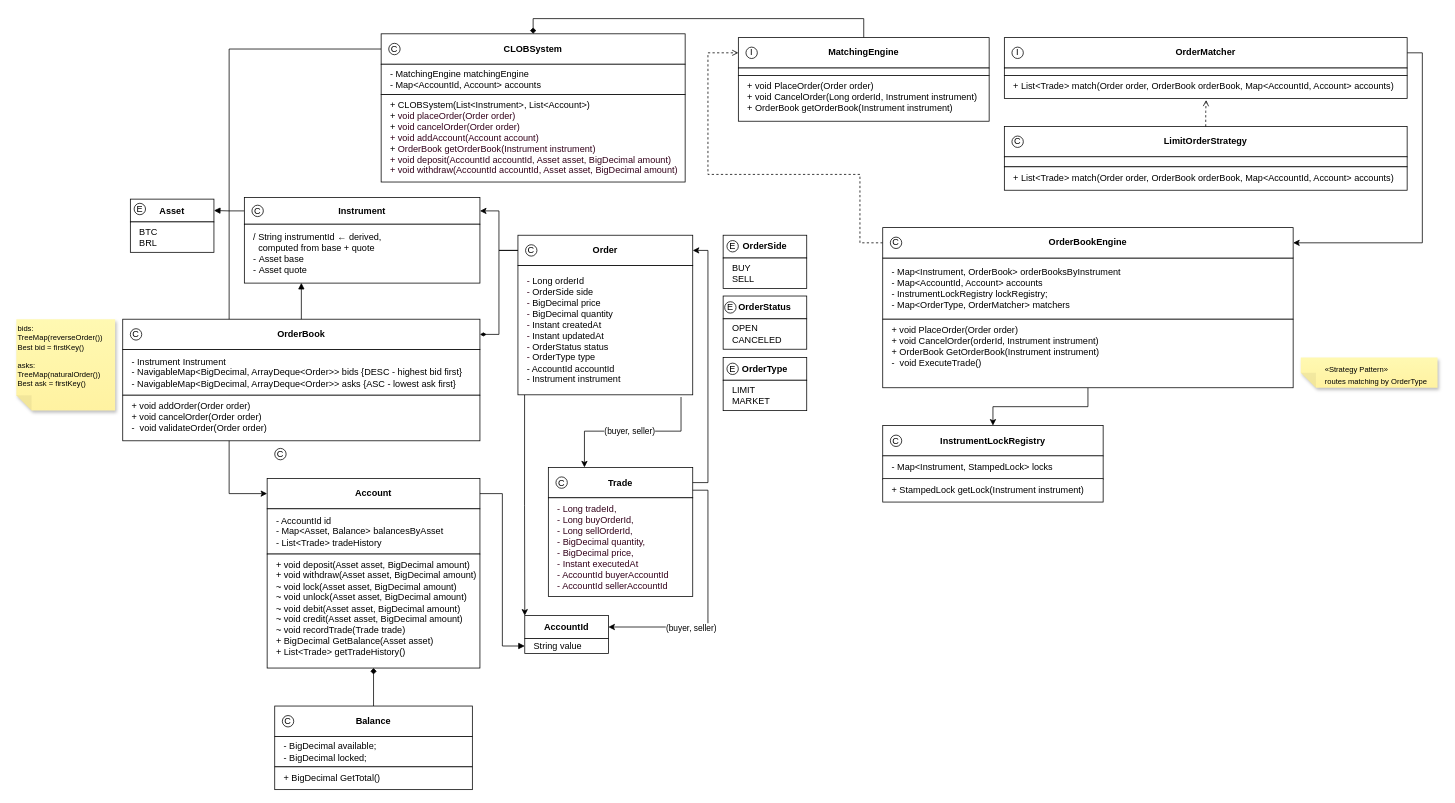
This is clob-system/docs/object-design.v.0.0.1.drawio from marciopaulosoares/CLOBSystem, a draw.io file, before an edit. Source tidied: cells renumbered, new cells numbered last; positions are measured from the earlier drawing's top-left corner, leaving out a move shared by most shapes. Both pictures are drawn from the tidied source at 76%, with x=0, y=0 at pixel (16, 33).
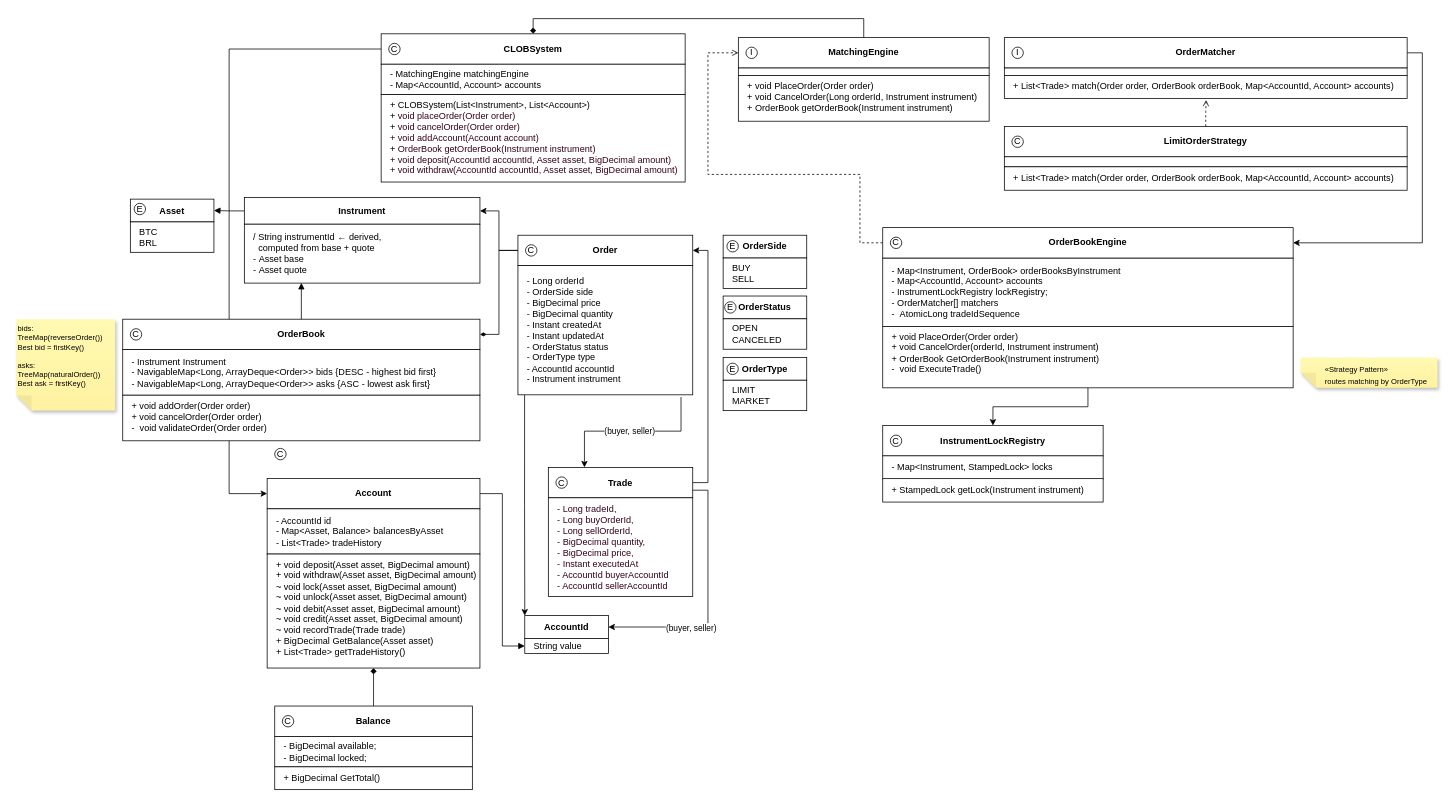
After the change.

Unchanged cells that the change refers to:
```xml
<mxCell id="26" style="group;" parent="1" vertex="1">
  <mxGeometry y="375.5" width="610" height="160" as="geometry" />
</mxCell>
<mxCell id="66" style="group;" parent="1" vertex="1">
  <mxGeometry x="1140" y="255" width="540" height="210.8" as="geometry" />
</mxCell>
```

What changed in the source:
```diff
@@
-    <mxCell id="28" value="&lt;span class=&quot;ͼe&quot;&gt;- Instrument Instrument&lt;br&gt;-&amp;nbsp;NavigableMap&amp;lt;BigDecimal, ArrayDeque&amp;lt;Order&amp;gt;&amp;gt; bids  {DESC - highest bid first}&lt;br&gt;&lt;/span&gt;&lt;div&gt;&lt;span style=&quot;background-color: transparent; color: light-dark(rgb(0, 0, 0), rgb(255, 255, 255));&quot;&gt;-&lt;/span&gt;&lt;span style=&quot;background-color: transparent; color: light-dark(rgb(0, 0, 0), rgb(255, 255, 255));&quot;&gt;&amp;nbsp;&lt;/span&gt;NavigableMap&amp;lt;BigDecimal, ArrayDeque&amp;lt;Order&amp;gt;&amp;gt; asks  {ASC - lowest ask first}&lt;/div&gt;" style="rounded=0;whiteSpace=wrap;html=1;align=left;spacingLeft=10;" parent="26" vertex="1">
+    <mxCell id="28" value="&lt;span class=&quot;ͼe&quot;&gt;- Instrument Instrument&lt;br&gt;-&amp;nbsp;NavigableMap&amp;lt;Long, ArrayDeque&amp;lt;Order&amp;gt;&amp;gt; bids  {DESC - highest bid first}&lt;br&gt;&lt;/span&gt;&lt;div&gt;&lt;span style=&quot;background-color: transparent; color: light-dark(rgb(0, 0, 0), rgb(255, 255, 255));&quot;&gt;-&lt;/span&gt;&lt;span style=&quot;background-color: transparent; color: light-dark(rgb(0, 0, 0), rgb(255, 255, 255));&quot;&gt;&amp;nbsp;&lt;/span&gt;NavigableMap&amp;lt;Long, ArrayDeque&amp;lt;Order&amp;gt;&amp;gt; asks  {ASC - lowest ask first}&lt;/div&gt;" style="rounded=0;whiteSpace=wrap;html=1;align=left;spacingLeft=10;" parent="26" vertex="1">
       <mxGeometry x="140" y="40" width="470" height="60" as="geometry" />
     </mxCell>
@@
-    <mxCell id="57" value="C" style="ellipse;whiteSpace=wrap;html=1;" parent="1" vertex="1">
-      <mxGeometry x="310" y="225.5" width="15" height="15" as="geometry" />
-    </mxCell>
@@
-    <mxCell id="67" value="&lt;div&gt;&lt;span style=&quot;background-color: transparent; color: light-dark(rgb(0, 0, 0), rgb(255, 255, 255));&quot;&gt;- Map&amp;lt;Instrument, OrderBook&amp;gt;&amp;nbsp;orderBooksByInstrument&amp;nbsp;&lt;/span&gt;&lt;/div&gt;&lt;div&gt;&lt;span style=&quot;background-color: transparent; color: light-dark(rgb(0, 0, 0), rgb(255, 255, 255));&quot;&gt;- Map&amp;lt;AccountId, Account&amp;gt; accounts&lt;/span&gt;&lt;/div&gt;&lt;div&gt;&lt;div&gt;- InstrumentLockRegistry lockRegistry;&lt;/div&gt;&lt;/div&gt;&lt;div&gt;- Map&amp;lt;OrderType, OrderMatcher&amp;gt; matchers&lt;/div&gt;" style="rounded=0;whiteSpace=wrap;html=1;strokeColor=default;align=left;verticalAlign=middle;spacingLeft=10;fontFamily=Helvetica;fontSize=12;fontColor=default;fillColor=default;" parent="66" vertex="1">
-      <mxGeometry y="40" width="540" height="80.5" as="geometry" />
+    <mxCell id="67" value="&lt;div&gt;&lt;span style=&quot;background-color: transparent; color: light-dark(rgb(0, 0, 0), rgb(255, 255, 255));&quot;&gt;- Map&amp;lt;Instrument, OrderBook&amp;gt;&amp;nbsp;orderBooksByInstrument&amp;nbsp;&lt;/span&gt;&lt;/div&gt;&lt;div&gt;&lt;span style=&quot;background-color: transparent; color: light-dark(rgb(0, 0, 0), rgb(255, 255, 255));&quot;&gt;- Map&amp;lt;AccountId, Account&amp;gt; accounts&lt;/span&gt;&lt;/div&gt;&lt;div&gt;&lt;div&gt;- InstrumentLockRegistry lockRegistry;&lt;/div&gt;&lt;/div&gt;&lt;div&gt;- OrderMatcher[] matchers&lt;/div&gt;&lt;div&gt;-&amp;nbsp;&amp;nbsp;AtomicLong tradeIdSequence&lt;/div&gt;" style="rounded=0;whiteSpace=wrap;html=1;strokeColor=default;align=left;verticalAlign=middle;spacingLeft=10;fontFamily=Helvetica;fontSize=12;fontColor=default;fillColor=default;" parent="66" vertex="1">
+      <mxGeometry y="40" width="540" height="90" as="geometry" />
     </mxCell>
@@
     <mxCell id="69" value="&lt;div&gt;+ void PlaceOrder(Order order)&lt;br&gt;+&amp;nbsp;void&amp;nbsp;CancelOrder(orderId, Instrument instrument&lt;span style=&quot;background-color: transparent; color: light-dark(rgb(0, 0, 0), rgb(255, 255, 255));&quot;&gt;)&lt;/span&gt;&lt;/div&gt;&lt;div&gt;&lt;span style=&quot;background-color: transparent; color: light-dark(rgb(0, 0, 0), rgb(255, 255, 255));&quot;&gt;+&lt;/span&gt;&lt;span style=&quot;background-color: transparent; color: light-dark(rgb(0, 0, 0), rgb(255, 255, 255));&quot;&gt;&amp;nbsp;&lt;/span&gt;OrderBook GetOrderBook(Instrument instrument&lt;span style=&quot;background-color: transparent; color: light-dark(rgb(0, 0, 0), rgb(255, 255, 255));&quot;&gt;)&lt;/span&gt;&lt;/div&gt;&lt;div&gt;&lt;span style=&quot;background-color: transparent; color: light-dark(rgb(0, 0, 0), rgb(255, 255, 255));&quot;&gt;-&amp;nbsp; void ExecuteTrade()&lt;/span&gt;&lt;/div&gt;" style="rounded=0;whiteSpace=wrap;html=1;strokeColor=default;align=left;verticalAlign=top;spacingLeft=10;fontFamily=Helvetica;fontSize=12;fontColor=default;fillColor=default;" parent="66" vertex="1">
-      <mxGeometry y="120.5" width="540" height="90.2" as="geometry" />
+      <mxGeometry y="130" width="540" height="80.8" as="geometry" />
     </mxCell>
```
